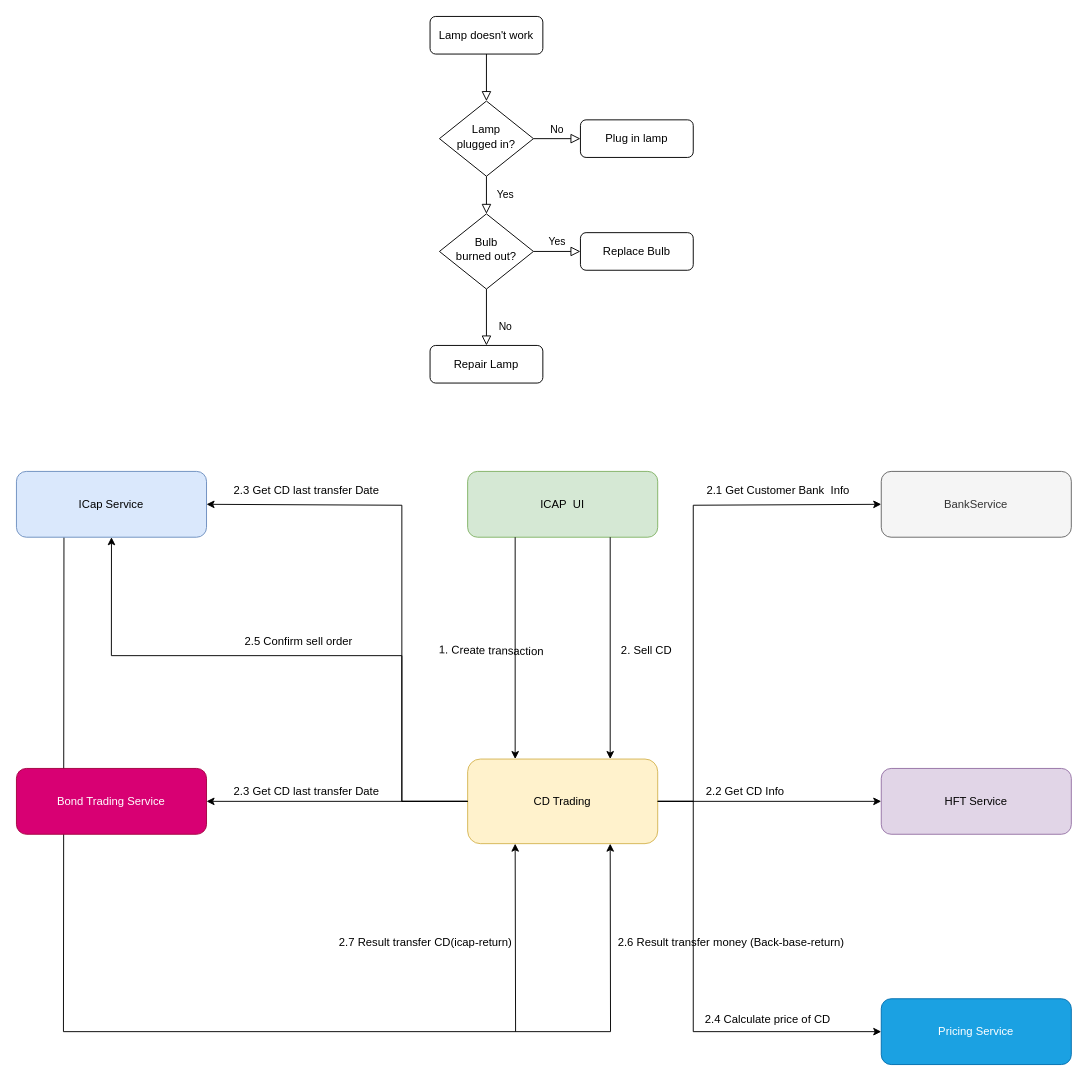
The draw.io diagram CD_TRADING_SELL_AUTHORIZED_FLOW.drawio in ndhcoder/my-configs, before the edit. Source tidied: cells renumbered, new cells numbered last; positions are measured from the earlier drawing's top-left corner, leaving out a move shared by most shapes. Both pictures are drawn from the tidied source at 94%, with x=0, y=0 at pixel (16, 16).
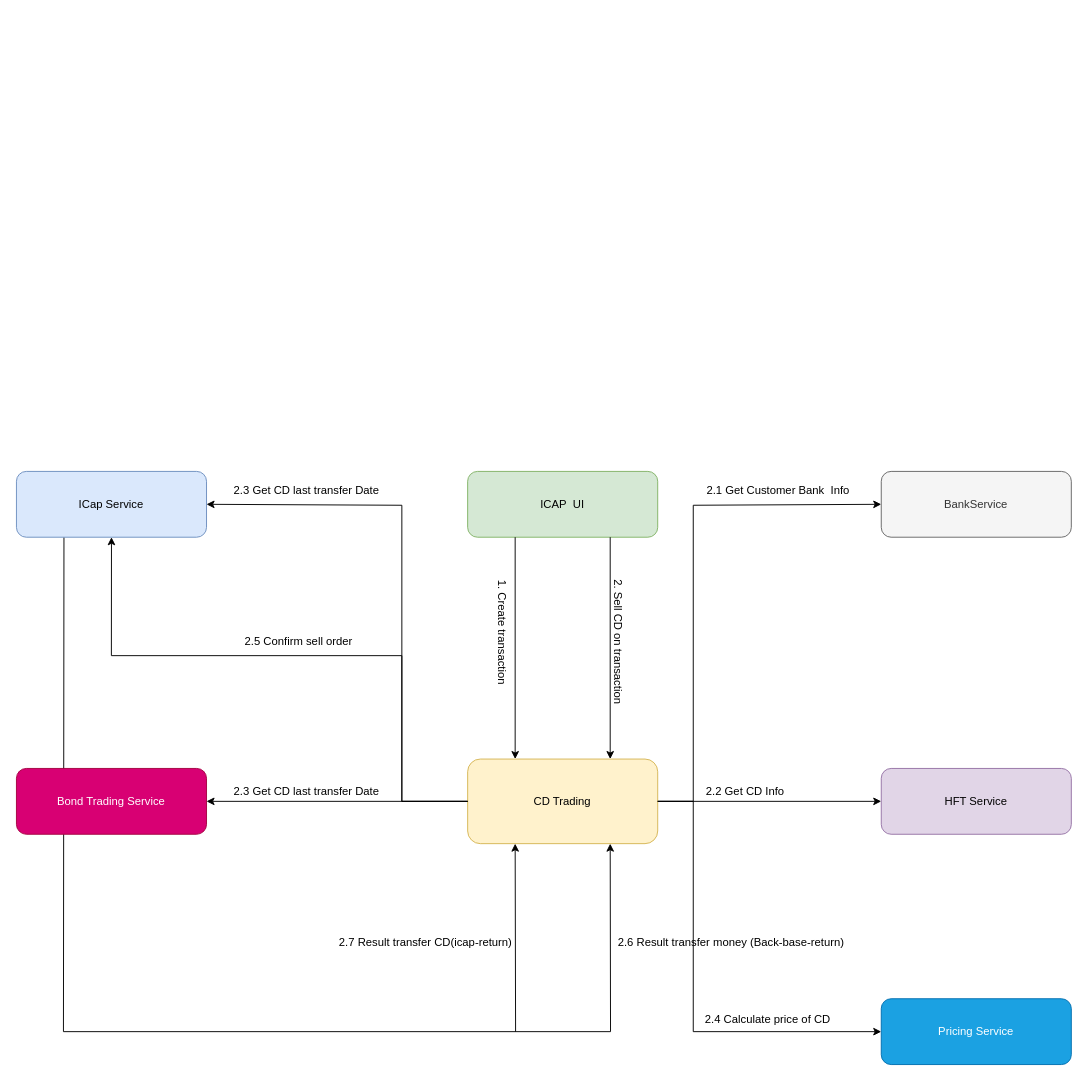
After the change.

Diff of the diagram source:
```diff
@@
-    <mxCell id="3" style="rounded=0;html=1;jettySize=auto;fontSize=11;endArrow=block;endFill=0;endSize=8;strokeWidth=1;shadow=0;labelBackgroundColor=none;edgeStyle=orthogonalEdgeStyle;" parent="1" edge="1" source="4" target="7">
-      <mxGeometry relative="1" as="geometry" />
-    </mxCell>
-    <mxCell id="4" value="Lamp doesn't work" style="rounded=1;whiteSpace=wrap;html=1;fontSize=12;glass=0;strokeWidth=1;shadow=0;" parent="1" vertex="1">
-      <mxGeometry x="440" width="120" height="40" as="geometry" />
-    </mxCell>
-    <mxCell id="5" value="Yes" style="rounded=0;html=1;jettySize=auto;fontSize=11;endArrow=block;endFill=0;endSize=8;strokeWidth=1;shadow=0;labelBackgroundColor=none;edgeStyle=orthogonalEdgeStyle;" parent="1" edge="1" source="7" target="11">
-      <mxGeometry y="20" relative="1" as="geometry" />
-    </mxCell>
-    <mxCell id="6" value="No" style="edgeStyle=orthogonalEdgeStyle;rounded=0;html=1;jettySize=auto;fontSize=11;endArrow=block;endFill=0;endSize=8;strokeWidth=1;shadow=0;labelBackgroundColor=none;" parent="1" edge="1" source="7" target="8">
-      <mxGeometry y="10" relative="1" as="geometry" />
-    </mxCell>
-    <mxCell id="7" value="Lamp&lt;br&gt;plugged in?" style="rhombus;whiteSpace=wrap;html=1;shadow=0;fontFamily=Helvetica;fontSize=12;align=center;strokeWidth=1;spacing=6;spacingTop=-4;" parent="1" vertex="1">
-      <mxGeometry x="450" y="90" width="100" height="80" as="geometry" />
-    </mxCell>
-    <mxCell id="8" value="Plug in lamp" style="rounded=1;whiteSpace=wrap;html=1;fontSize=12;glass=0;strokeWidth=1;shadow=0;" parent="1" vertex="1">
-      <mxGeometry x="600" y="110" width="120" height="40" as="geometry" />
-    </mxCell>
-    <mxCell id="9" value="No" style="rounded=0;html=1;jettySize=auto;fontSize=11;endArrow=block;endFill=0;endSize=8;strokeWidth=1;shadow=0;labelBackgroundColor=none;edgeStyle=orthogonalEdgeStyle;" parent="1" edge="1" source="11" target="12">
-      <mxGeometry x="0.33" y="20" relative="1" as="geometry" />
-    </mxCell>
-    <mxCell id="10" value="Yes" style="edgeStyle=orthogonalEdgeStyle;rounded=0;html=1;jettySize=auto;fontSize=11;endArrow=block;endFill=0;endSize=8;strokeWidth=1;shadow=0;labelBackgroundColor=none;" parent="1" edge="1" source="11" target="13">
-      <mxGeometry y="10" relative="1" as="geometry" />
-    </mxCell>
-    <mxCell id="11" value="Bulb&lt;br&gt;burned out?" style="rhombus;whiteSpace=wrap;html=1;shadow=0;fontFamily=Helvetica;fontSize=12;align=center;strokeWidth=1;spacing=6;spacingTop=-4;" parent="1" vertex="1">
-      <mxGeometry x="450" y="210" width="100" height="80" as="geometry" />
-    </mxCell>
-    <mxCell id="12" value="Repair Lamp" style="rounded=1;whiteSpace=wrap;html=1;fontSize=12;glass=0;strokeWidth=1;shadow=0;" parent="1" vertex="1">
-      <mxGeometry x="440" y="350" width="120" height="40" as="geometry" />
-    </mxCell>
-    <mxCell id="13" value="Replace Bulb" style="rounded=1;whiteSpace=wrap;html=1;fontSize=12;glass=0;strokeWidth=1;shadow=0;" parent="1" vertex="1">
-      <mxGeometry x="600" y="230" width="120" height="40" as="geometry" />
-    </mxCell>
@@
-    <mxCell id="17" value="1. Create transaction" style="text;html=1;align=center;verticalAlign=middle;strokeColor=none;fillColor=none;rotation=1;" parent="1" vertex="1">
-      <mxGeometry x="440" y="660" width="130" height="30" as="geometry" />
+    <mxCell id="17" value="1. Create transaction" style="text;html=1;align=center;verticalAlign=middle;strokeColor=none;fillColor=none;rotation=90;" parent="1" vertex="1">
+      <mxGeometry x="452" y="640" width="130" height="30" as="geometry" />
     </mxCell>
@@
-    <mxCell id="19" value="2. Sell CD" style="text;html=1;align=center;verticalAlign=middle;strokeColor=none;fillColor=none;rotation=0;" parent="1" vertex="1">
-      <mxGeometry x="630" y="660" width="80" height="30" as="geometry" />
+    <mxCell id="19" value="2. Sell CD on transaction" style="text;html=1;align=center;verticalAlign=middle;strokeColor=none;fillColor=none;rotation=90;" parent="1" vertex="1">
+      <mxGeometry x="560" y="650" width="160" height="30" as="geometry" />
     </mxCell>
```
